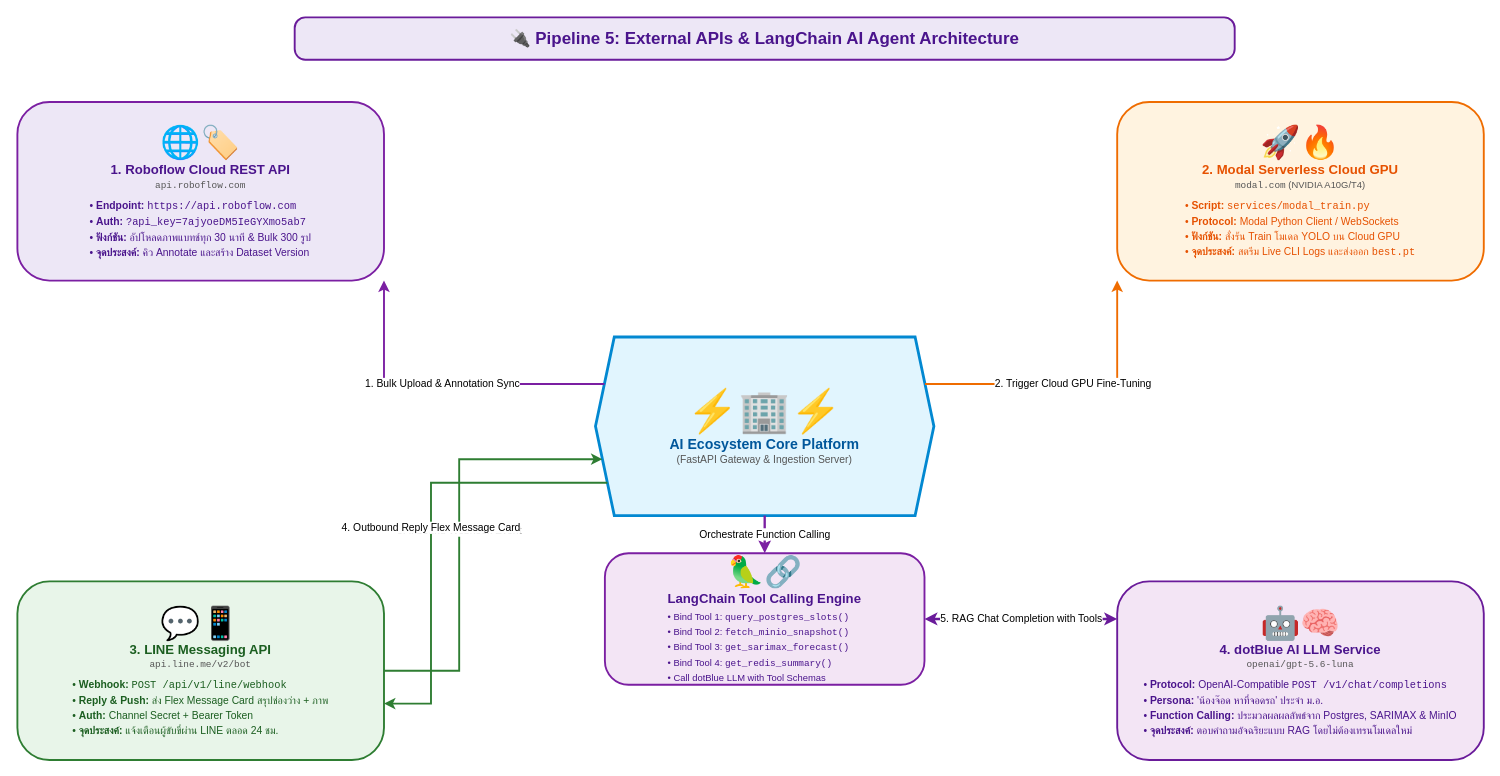
The draw.io diagram page "6. External APIs Integration Flow" (6 of 7) of diagrams/overviews.drawio in price-of-sungkhanakharin/mini-pro-eco, before the edit. Source tidied: cells renumbered, new cells numbered last; positions are measured from the earlier drawing's top-left corner, leaving out a move shared by most shapes. Both pictures are drawn from the tidied source at 94%, with x=0, y=0 at pixel (17, 17).
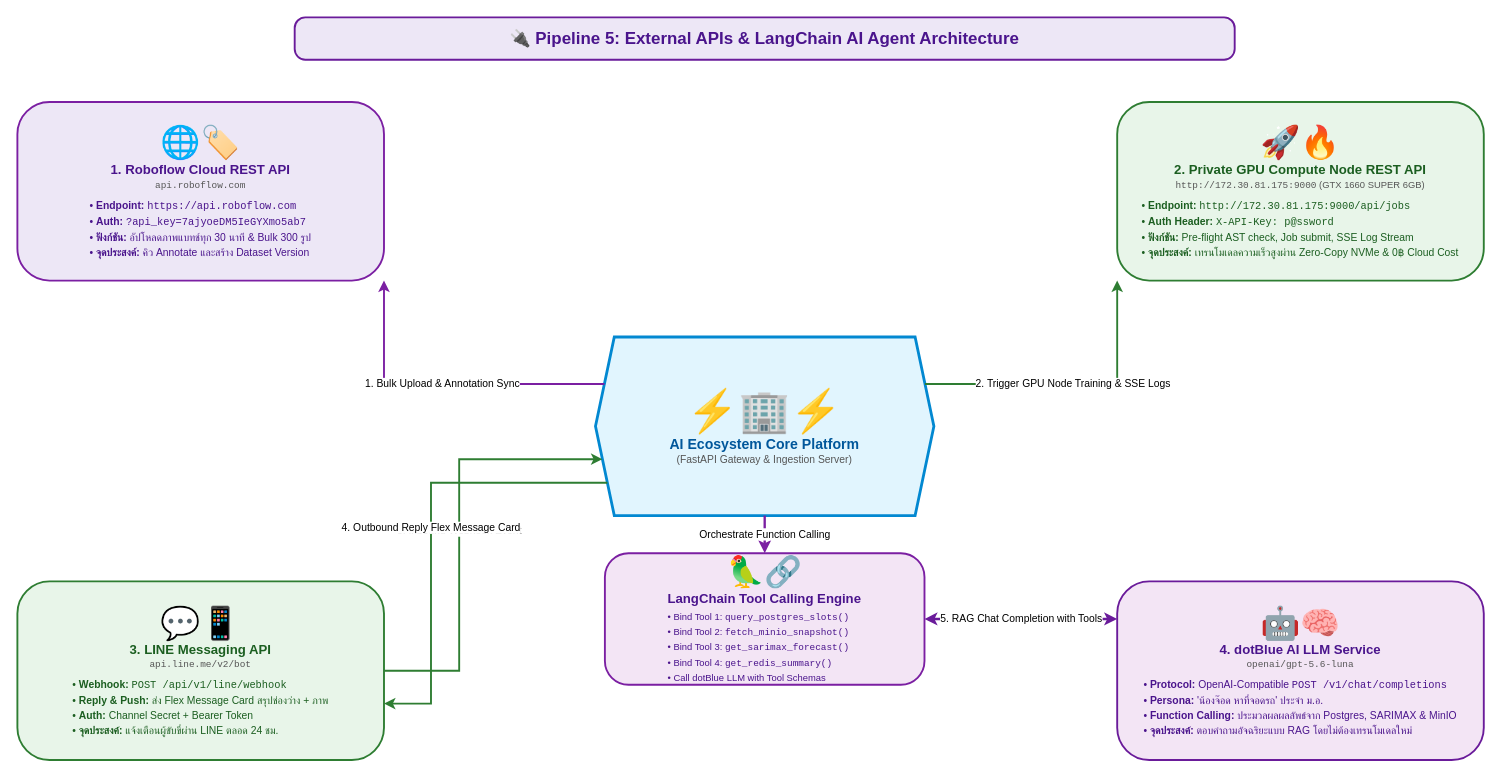
The same page after the edit.

Commit message (it also covers changes not shown here):
docs(diagrams): update overviews.drawio to Private GPU Compute Node architecture across all pages

Unchanged cells that the change refers to:
```xml
<mxCell id="3" value="&lt;div style='text-align:center;'&gt;&lt;span style='font-size:44px;'&gt;⚡🏢⚡&lt;/span&gt;&lt;br/&gt;&lt;b style='font-size:15px;color:#01579B;'&gt;AI Ecosystem Core Platform&lt;/b&gt;&lt;br/&gt;&lt;span style='font-size:11px;color:#555;'&gt;(FastAPI Gateway &amp; Ingestion Server)&lt;/span&gt;&lt;/div&gt;" style="shape=hexagon;perimeter=hexagonPerimeter2;whiteSpace=wrap;html=1;fixedSize=1;fillColor=#E1F5FE;strokeColor=#0288D1;strokeWidth=3;" parent="1" vertex="1">
  <mxGeometry x="615" y="340" width="360" height="190" as="geometry" />
</mxCell>
```

Change to the diagram source:
```diff
@@
-    <mxCell id="6" value="&lt;div style='text-align:left;padding:6px;'&gt;&lt;div style='text-align:center;'&gt;&lt;span style='font-size:34px;'&gt;🚀🔥&lt;/span&gt;&lt;br/&gt;&lt;b style='font-size:14px;color:#E65100;'&gt;2. Modal Serverless Cloud GPU&lt;/b&gt;&lt;br/&gt;&lt;span style='font-size:10px;color:#555;'&gt;&lt;code&gt;modal.com&lt;/code&gt; (NVIDIA A10G/T4)&lt;/span&gt;&lt;/div&gt;&lt;div style='font-size:11px;color:#E65100;margin-top:6px;line-height:16px;'&gt;• &lt;b&gt;Script:&lt;/b&gt; &lt;code&gt;services/modal_train.py&lt;/code&gt;&lt;br/&gt;• &lt;b&gt;Protocol:&lt;/b&gt; Modal Python Client / WebSockets&lt;br/&gt;• &lt;b&gt;ฟังก์ชัน:&lt;/b&gt; สั่งรัน Train โมเดล YOLO บน Cloud GPU&lt;br/&gt;• &lt;b&gt;จุดประสงค์:&lt;/b&gt; สตรีม Live CLI Logs และส่งออก &lt;code&gt;best.pt&lt;/code&gt;&lt;/div&gt;&lt;/div&gt;" style="rounded=1;whiteSpace=wrap;html=1;fillColor=#FFF3E0;strokeColor=#EF6C00;strokeWidth=2;arcSize=18;" parent="1" vertex="1">
+    <mxCell id="6" value="&lt;div style='text-align:left;padding:6px;'&gt;&lt;div style='text-align:center;'&gt;&lt;span style='font-size:34px;'&gt;🚀🔥&lt;/span&gt;&lt;br/&gt;&lt;b style='font-size:14px;color:#1B5E20;'&gt;2. Private GPU Compute Node REST API&lt;/b&gt;&lt;br/&gt;&lt;span style='font-size:10px;color:#555;'&gt;&lt;code&gt;http://172.30.81.175:9000&lt;/code&gt; (GTX 1660 SUPER 6GB)&lt;/span&gt;&lt;/div&gt;&lt;div style='font-size:11px;color:#1B5E20;margin-top:6px;line-height:16px;'&gt;• &lt;b&gt;Endpoint:&lt;/b&gt; &lt;code&gt;http://172.30.81.175:9000/api/jobs&lt;/code&gt;&lt;br/&gt;• &lt;b&gt;Auth Header:&lt;/b&gt; &lt;code&gt;X-API-Key: p@ssword&lt;/code&gt;&lt;br/&gt;• &lt;b&gt;ฟังก์ชัน:&lt;/b&gt; Pre-flight AST check, Job submit, SSE Log Stream&lt;br/&gt;• &lt;b&gt;จุดประสงค์:&lt;/b&gt; เทรนโมเดลความเร็วสูงผ่าน Zero-Copy NVMe &amp; 0฿ Cloud Cost&lt;/div&gt;&lt;/div&gt;" style="rounded=1;whiteSpace=wrap;html=1;fillColor=#E8F5E9;strokeColor=#2E7D32;strokeWidth=2;arcSize=18;" parent="1" vertex="1">
       <mxGeometry x="1170" y="90" width="390" height="190" as="geometry" />
     </mxCell>
@@
-    <mxCell id="10" value="2. Trigger Cloud GPU Fine-Tuning" style="edgeStyle=orthogonalEdgeStyle;rounded=0;html=1;strokeColor=#EF6C00;strokeWidth=2;endArrow=classic;fontSize=11;labelBackgroundColor=#ffffff;" parent="1" edge="1" source="3" target="6">
+    <mxCell id="10" value="2. Trigger GPU Node Training &amp; SSE Logs" style="edgeStyle=orthogonalEdgeStyle;rounded=0;html=1;strokeColor=#2E7D32;strokeWidth=2;endArrow=classic;fontSize=11;labelBackgroundColor=#ffffff;" parent="1" edge="1" source="3" target="6">
       <mxGeometry relative="1" as="geometry">
         <Array as="points">
           <mxPoint x="975" y="390" />
           <mxPoint x="1170" y="390" />
           <mxPoint x="1170" y="185" />
         </Array>
       </mxGeometry>
     </mxCell>
```
